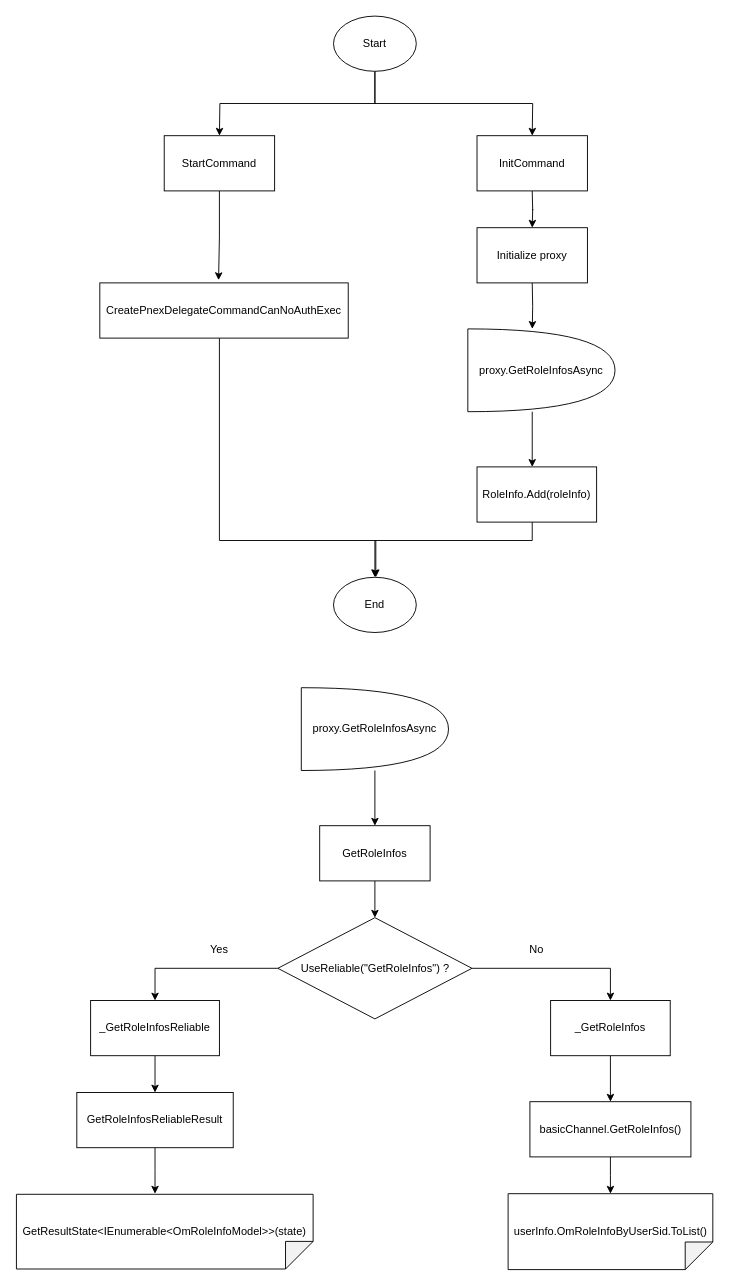
The draw.io diagram page "GetAllRole" (2 of 3) of Untitled Diagram.drawio in LikWiKi/CSharpBasic_NTQ, before the edit. Source tidied: cells renumbered, new cells numbered last; positions are measured from the earlier drawing's top-left corner, leaving out a move shared by most shapes. Both pictures are drawn from the tidied source at 92%, with x=0, y=0 at pixel (76, 16).
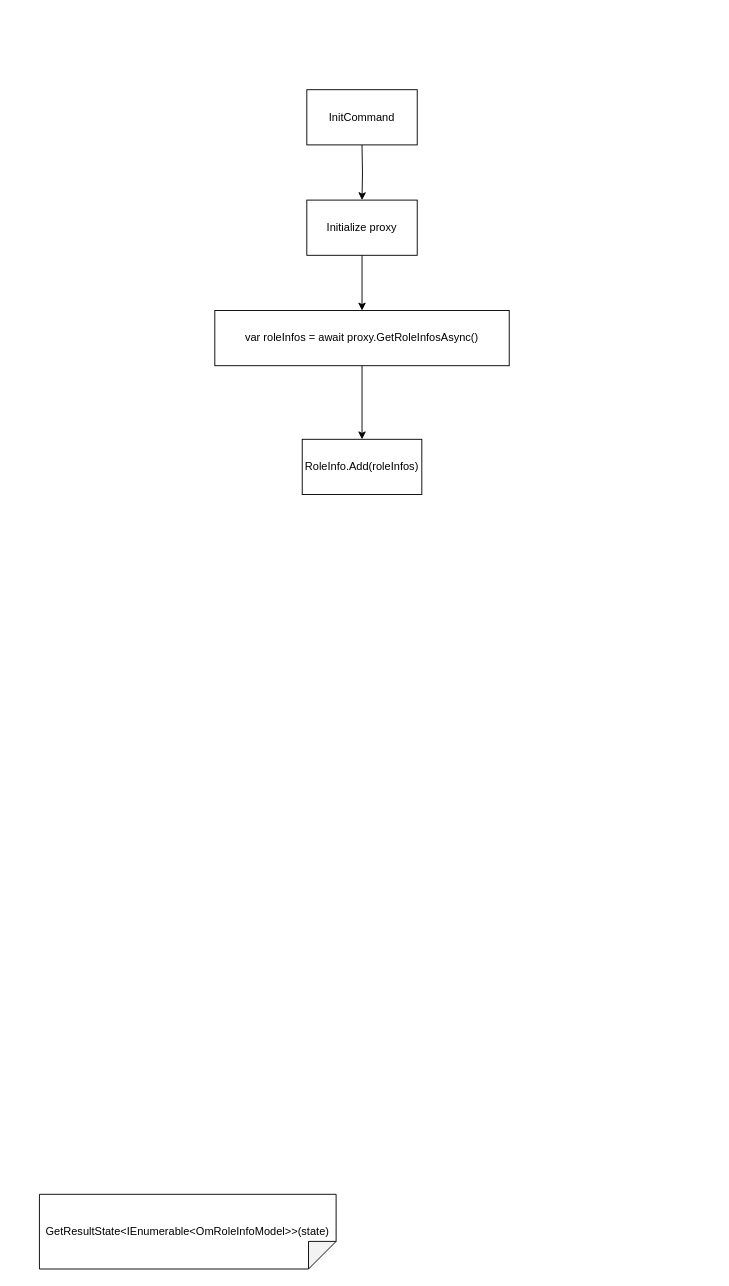
The same page after the edit.

The edit, as a diff of the source:
```diff
@@
-    <mxCell id="2" style="edgeStyle=orthogonalEdgeStyle;rounded=0;jettySize=auto;html=1;exitX=0.5;exitY=1;exitDx=0;exitDy=0;entryX=0.5;entryY=0;entryDx=0;entryDy=0;" parent="1" edge="1" source="4">
-      <mxGeometry relative="1" as="geometry">
-        <mxPoint x="495" y="130" as="targetPoint" />
-      </mxGeometry>
-    </mxCell>
-    <mxCell id="3" style="edgeStyle=orthogonalEdgeStyle;rounded=0;jettySize=auto;html=1;exitX=0.5;exitY=1;exitDx=0;exitDy=0;entryX=0.5;entryY=0;entryDx=0;entryDy=0;" parent="1" edge="1" source="4">
-      <mxGeometry relative="1" as="geometry">
-        <mxPoint x="155" y="130" as="targetPoint" />
-      </mxGeometry>
-    </mxCell>
-    <mxCell id="4" value="Start" style="ellipse;whiteSpace=wrap;html=1;" parent="1" vertex="1">
-      <mxGeometry x="279" width="90" height="60" as="geometry" />
-    </mxCell>
-    <mxCell id="5" value="End" style="ellipse;whiteSpace=wrap;html=1;" parent="1" vertex="1">
-      <mxGeometry x="279" y="610" width="90" height="60" as="geometry" />
-    </mxCell>
-    <mxCell id="6" style="edgeStyle=orthogonalEdgeStyle;rounded=0;orthogonalLoop=1;jettySize=auto;html=1;exitX=0.5;exitY=1;exitDx=0;exitDy=0;entryX=0.5;entryY=0;entryDx=0;entryDy=0;" parent="1" edge="1">
+    <mxCell id="6" style="edgeStyle=orthogonalEdgeStyle;rounded=0;jettySize=auto;html=1;exitX=0.5;exitY=1;exitDx=0;exitDy=0;entryX=0.5;entryY=0;entryDx=0;entryDy=0;" parent="1" edge="1" target="14">
       <mxGeometry relative="1" as="geometry">
-        <mxPoint x="495" y="190" as="sourcePoint" />
-        <mxPoint x="495" y="230" as="targetPoint" />
+        <mxPoint x="310" y="140" as="sourcePoint" />
       </mxGeometry>
     </mxCell>
-    <mxCell id="7" style="edgeStyle=orthogonalEdgeStyle;rounded=0;jettySize=auto;html=1;exitX=0.5;exitY=1;exitDx=0;exitDy=0;entryX=0.438;entryY=0;entryDx=0;entryDy=0;entryPerimeter=0;" parent="1" edge="1" target="9">
-      <mxGeometry relative="1" as="geometry">
-        <mxPoint x="495" y="290" as="sourcePoint" />
-      </mxGeometry>
-    </mxCell>
-    <mxCell id="8" style="edgeStyle=orthogonalEdgeStyle;rounded=0;jettySize=auto;html=1;" parent="1" edge="1" source="9">
-      <mxGeometry relative="1" as="geometry">
-        <mxPoint x="495" y="490" as="targetPoint" />
-        <Array as="points">
-          <mxPoint x="495" y="450" />
-          <mxPoint x="495" y="450" />
-        </Array>
-      </mxGeometry>
-    </mxCell>
-    <mxCell id="9" value="proxy.GetRoleInfosAsync" style="shape=or;whiteSpace=wrap;html=1;" parent="1" vertex="1">
-      <mxGeometry x="425" y="340" width="160" height="90" as="geometry" />
-    </mxCell>
-    <mxCell id="10" style="edgeStyle=orthogonalEdgeStyle;rounded=0;jettySize=auto;html=1;" parent="1" edge="1" target="5">
-      <mxGeometry relative="1" as="geometry">
-        <mxPoint x="495" y="550" as="sourcePoint" />
-        <Array as="points">
-          <mxPoint x="495" y="570" />
-          <mxPoint x="324" y="570" />
-        </Array>
-      </mxGeometry>
-    </mxCell>
-    <mxCell id="11" style="edgeStyle=orthogonalEdgeStyle;rounded=0;jettySize=auto;html=1;exitX=0.5;exitY=1;exitDx=0;exitDy=0;entryX=0.478;entryY=-0.05;entryDx=0;entryDy=0;entryPerimeter=0;" parent="1" edge="1" source="12" target="17">
-      <mxGeometry relative="1" as="geometry" />
-    </mxCell>
-    <mxCell id="12" value="StartCommand" style="rounded=0;whiteSpace=wrap;html=1;" parent="1" vertex="1">
-      <mxGeometry x="95" y="130" width="120" height="60" as="geometry" />
-    </mxCell>
     <mxCell id="13" value="InitCommand" style="rounded=0;whiteSpace=wrap;html=1;" parent="1" vertex="1">
-      <mxGeometry x="435" y="130" width="120" height="60" as="geometry" />
+      <mxGeometry x="250" y="80" width="120" height="60" as="geometry" />
     </mxCell>
+    <mxCell id="37" style="edgeStyle=orthogonalEdgeStyle;rounded=0;jettySize=auto;html=1;exitX=0.5;exitY=1;exitDx=0;exitDy=0;entryX=0.5;entryY=0;entryDx=0;entryDy=0;" parent="1" edge="1" source="14" target="39">
+      <mxGeometry relative="1" as="geometry" />
+    </mxCell>
     <mxCell id="14" value="Initialize proxy" style="rounded=0;whiteSpace=wrap;html=1;" parent="1" vertex="1">
-      <mxGeometry x="435" y="230" width="120" height="60" as="geometry" />
+      <mxGeometry x="250" y="200" width="120" height="60" as="geometry" />
     </mxCell>
-    <mxCell id="15" value="RoleInfo.Add(roleInfo)" style="rounded=0;whiteSpace=wrap;html=1;" parent="1" vertex="1">
-      <mxGeometry x="435" y="490" width="130" height="60" as="geometry" />
+    <mxCell id="15" value="RoleInfo.Add(roleInfos)" style="rounded=0;whiteSpace=wrap;html=1;" parent="1" vertex="1">
+      <mxGeometry x="245" y="460" width="130" height="60" as="geometry" />
     </mxCell>
-    <mxCell id="16" style="edgeStyle=orthogonalEdgeStyle;rounded=0;jettySize=auto;html=1;" parent="1" edge="1" source="17">
-      <mxGeometry relative="1" as="geometry">
-        <mxPoint x="325" y="610" as="targetPoint" />
-        <Array as="points">
-          <mxPoint x="155" y="570" />
-          <mxPoint x="325" y="570" />
-        </Array>
-      </mxGeometry>
-    </mxCell>
-    <mxCell id="17" value="CreatePnexDelegateCommandCanNoAuthExec" style="rounded=0;whiteSpace=wrap;html=1;" parent="1" vertex="1">
-      <mxGeometry x="25" y="290" width="270" height="60" as="geometry" />
-    </mxCell>
-    <mxCell id="18" style="edgeStyle=orthogonalEdgeStyle;rounded=0;jettySize=auto;html=1;" parent="1" edge="1" source="19" target="21">
-      <mxGeometry relative="1" as="geometry" />
-    </mxCell>
-    <mxCell id="19" value="proxy.GetRoleInfosAsync" style="shape=or;whiteSpace=wrap;html=1;" parent="1" vertex="1">
-      <mxGeometry x="244" y="730" width="160" height="90" as="geometry" />
-    </mxCell>
-    <mxCell id="20" style="edgeStyle=orthogonalEdgeStyle;rounded=0;jettySize=auto;html=1;" parent="1" edge="1" source="21" target="24">
-      <mxGeometry relative="1" as="geometry" />
-    </mxCell>
-    <mxCell id="21" value="GetRoleInfos" style="rounded=0;whiteSpace=wrap;html=1;" parent="1" vertex="1">
-      <mxGeometry x="264" y="880" width="120" height="60" as="geometry" />
-    </mxCell>
-    <mxCell id="22" style="edgeStyle=orthogonalEdgeStyle;rounded=0;jettySize=auto;html=1;exitX=0;exitY=0.5;exitDx=0;exitDy=0;entryX=0.5;entryY=0;entryDx=0;entryDy=0;" parent="1" edge="1" source="24" target="28">
-      <mxGeometry relative="1" as="geometry" />
-    </mxCell>
-    <mxCell id="23" style="edgeStyle=orthogonalEdgeStyle;rounded=0;jettySize=auto;html=1;exitX=1;exitY=0.5;exitDx=0;exitDy=0;entryX=0.5;entryY=0;entryDx=0;entryDy=0;" parent="1" edge="1" source="24" target="26">
-      <mxGeometry relative="1" as="geometry" />
-    </mxCell>
-    <mxCell id="24" value="UseReliable(&quot;GetRoleInfos&quot;) ?" style="rhombus;whiteSpace=wrap;html=1;" parent="1" vertex="1">
-      <mxGeometry x="218.5" y="980" width="211" height="110" as="geometry" />
-    </mxCell>
-    <mxCell id="25" style="edgeStyle=orthogonalEdgeStyle;rounded=0;jettySize=auto;html=1;exitX=0.5;exitY=1;exitDx=0;exitDy=0;entryX=0.5;entryY=0;entryDx=0;entryDy=0;" parent="1" edge="1" source="26" target="32">
-      <mxGeometry relative="1" as="geometry" />
-    </mxCell>
-    <mxCell id="26" value="_GetRoleInfos" style="rounded=0;whiteSpace=wrap;html=1;" parent="1" vertex="1">
-      <mxGeometry x="515" y="1070" width="130" height="60" as="geometry" />
-    </mxCell>
-    <mxCell id="27" style="edgeStyle=orthogonalEdgeStyle;rounded=0;jettySize=auto;html=1;" parent="1" edge="1" source="28" target="35">
-      <mxGeometry relative="1" as="geometry" />
-    </mxCell>
-    <mxCell id="28" value="_GetRoleInfosReliable" style="rounded=0;whiteSpace=wrap;html=1;" parent="1" vertex="1">
-      <mxGeometry x="15" y="1070" width="140" height="60" as="geometry" />
-    </mxCell>
-    <mxCell id="29" value="Yes" style="text;html=1;strokeColor=none;fillColor=none;align=center;verticalAlign=middle;whiteSpace=wrap;rounded=0;" parent="1" vertex="1">
-      <mxGeometry x="125" y="1000" width="60" height="30" as="geometry" />
-    </mxCell>
-    <mxCell id="30" value="No" style="text;html=1;strokeColor=none;fillColor=none;align=center;verticalAlign=middle;whiteSpace=wrap;rounded=0;" parent="1" vertex="1">
-      <mxGeometry x="470" y="1000" width="60" height="30" as="geometry" />
-    </mxCell>
-    <mxCell id="31" style="edgeStyle=orthogonalEdgeStyle;rounded=0;jettySize=auto;html=1;exitX=0.5;exitY=1;exitDx=0;exitDy=0;entryX=0;entryY=0.5;entryDx=0;entryDy=0;entryPerimeter=0;" parent="1" edge="1" source="32" target="33">
-      <mxGeometry relative="1" as="geometry" />
-    </mxCell>
-    <mxCell id="32" value="basicChannel.GetRoleInfos()" style="rounded=0;whiteSpace=wrap;html=1;" parent="1" vertex="1">
-      <mxGeometry x="492.5" y="1180" width="175" height="60" as="geometry" />
-    </mxCell>
-    <mxCell id="33" value="userInfo.OmRoleInfoByUserSid.ToList()" style="shape=note;whiteSpace=wrap;html=1;backgroundOutline=1;darkOpacity=0.05;rotation=90;horizontal=0;" parent="1" vertex="1">
-      <mxGeometry x="538.8" y="1210" width="82.5" height="222.5" as="geometry" />
-    </mxCell>
-    <mxCell id="34" style="edgeStyle=orthogonalEdgeStyle;rounded=0;jettySize=auto;html=1;exitX=0.5;exitY=1;exitDx=0;exitDy=0;" parent="1" edge="1" source="35">
-      <mxGeometry relative="1" as="geometry">
-        <mxPoint x="85" y="1280" as="targetPoint" />
-      </mxGeometry>
-    </mxCell>
-    <mxCell id="35" value="GetRoleInfosReliableResult" style="rounded=0;whiteSpace=wrap;html=1;" parent="1" vertex="1">
-      <mxGeometry y="1170" width="170" height="60" as="geometry" />
-    </mxCell>
     <mxCell id="36" value="GetResultState&amp;lt;IEnumerable&amp;lt;OmRoleInfoModel&amp;gt;&amp;gt;(state)" style="shape=note;whiteSpace=wrap;html=1;backgroundOutline=1;darkOpacity=0.05;rotation=90;horizontal=0;" parent="1" vertex="1">
-      <mxGeometry x="55" y="1160" width="81.2" height="322.5" as="geometry" />
+      <mxGeometry x="80" y="1160" width="81.2" height="322.5" as="geometry" />
     </mxCell>
+    <mxCell id="38" style="edgeStyle=orthogonalEdgeStyle;rounded=0;jettySize=auto;html=1;" parent="1" edge="1" source="39" target="15">
+      <mxGeometry relative="1" as="geometry" />
+    </mxCell>
+    <mxCell id="39" value="var roleInfos = await proxy.GetRoleInfosAsync()" style="rounded=0;whiteSpace=wrap;html=1;" parent="1" vertex="1">
+      <mxGeometry x="150" y="320" width="320" height="60" as="geometry" />
+    </mxCell>
```
